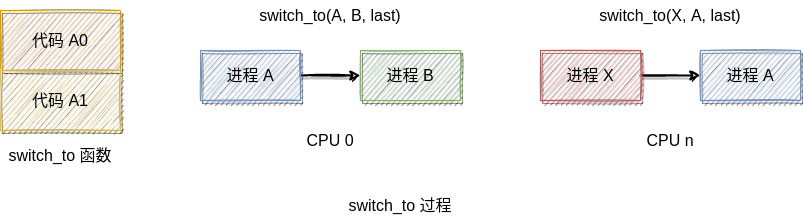
UtopianFuture/UtopianFuture.github.io keeps this draw.io diagram as image/switch_to.png. Above is the earlier version. Source tidied: cells renumbered, new cells last; positions are measured from the earlier drawing's top-left corner, leaving out a move shared by most shapes.
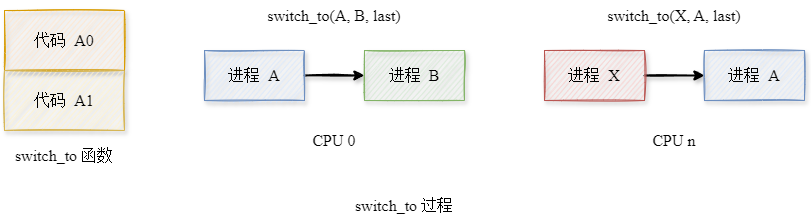
Later version of the same file.

Change to the diagram source:
```diff
@@ -2,46 +2,46 @@
   <root>
     <mxCell id="0" />
     <mxCell id="1" parent="0" />
-    <mxCell id="2" value="&lt;font style=&quot;font-size: 16px&quot;&gt;代码 A0&lt;/font&gt;" style="rounded=0;whiteSpace=wrap;html=1;fillColor=#ffe6cc;strokeColor=#d79b00;sketch=1;shadow=1;" parent="1" vertex="1">
+    <mxCell id="2" value="&lt;font style=&quot;font-size: 16px&quot;&gt;&lt;font face=&quot;宋体&quot;&gt;代码 &lt;/font&gt;A0&lt;/font&gt;" style="rounded=0;whiteSpace=wrap;html=1;fillColor=#ffe6cc;strokeColor=#d79b00;sketch=1;shadow=1;fontFamily=Times New Roman;" parent="1" vertex="1">
       <mxGeometry y="10" width="120" height="60" as="geometry" />
     </mxCell>
-    <mxCell id="3" value="&lt;font style=&quot;font-size: 16px&quot;&gt;代码 A1&lt;/font&gt;" style="rounded=0;whiteSpace=wrap;html=1;fillColor=#fff2cc;strokeColor=#d6b656;sketch=1;shadow=1;" parent="1" vertex="1">
+    <mxCell id="3" value="&lt;font style=&quot;font-size: 16px&quot;&gt;&lt;font face=&quot;宋体&quot;&gt;代码 &lt;/font&gt;A1&lt;/font&gt;" style="rounded=0;whiteSpace=wrap;html=1;fillColor=#fff2cc;strokeColor=#d6b656;sketch=1;shadow=1;fontFamily=Times New Roman;" parent="1" vertex="1">
       <mxGeometry y="70" width="120" height="60" as="geometry" />
     </mxCell>
-    <mxCell id="4" value="switch_to 函数" style="rounded=0;whiteSpace=wrap;html=1;shadow=0;sketch=0;fontSize=16;strokeColor=none;" parent="1" vertex="1">
+    <mxCell id="4" value="switch_to &lt;font face=&quot;宋体&quot;&gt;函数&lt;/font&gt;" style="rounded=0;whiteSpace=wrap;html=1;shadow=0;sketch=0;fontSize=16;strokeColor=none;fillColor=none;fontFamily=Times New Roman;" parent="1" vertex="1">
       <mxGeometry x="5" y="140" width="110" height="30" as="geometry" />
     </mxCell>
-    <mxCell id="5" style="edgeStyle=orthogonalEdgeStyle;rounded=0;jettySize=auto;html=1;fontSize=16;strokeWidth=2;sketch=1;shadow=1;" parent="1" edge="1" source="6" target="7">
+    <mxCell id="5" style="edgeStyle=orthogonalEdgeStyle;rounded=0;jettySize=auto;html=1;fontSize=16;strokeWidth=2;sketch=1;shadow=1;fontFamily=Times New Roman;" parent="1" edge="1" source="6" target="7">
       <mxGeometry relative="1" as="geometry" />
     </mxCell>
-    <mxCell id="6" value="进程 A" style="rounded=0;whiteSpace=wrap;html=1;shadow=1;sketch=1;fontSize=16;fillColor=#dae8fc;strokeColor=#6c8ebf;" parent="1" vertex="1">
+    <mxCell id="6" value="&lt;font face=&quot;宋体&quot;&gt;进程 &lt;/font&gt;A" style="rounded=0;whiteSpace=wrap;html=1;shadow=1;sketch=1;fontSize=16;fillColor=#dae8fc;strokeColor=#6c8ebf;fontFamily=Times New Roman;" parent="1" vertex="1">
       <mxGeometry x="200" y="50" width="100" height="50" as="geometry" />
     </mxCell>
-    <mxCell id="7" value="进程 B" style="rounded=0;whiteSpace=wrap;html=1;shadow=1;sketch=1;fontSize=16;fillColor=#d5e8d4;strokeColor=#82b366;" parent="1" vertex="1">
+    <mxCell id="7" value="&lt;font face=&quot;宋体&quot;&gt;进程 &lt;/font&gt;B" style="rounded=0;whiteSpace=wrap;html=1;shadow=1;sketch=1;fontSize=16;fillColor=#d5e8d4;strokeColor=#82b366;fontFamily=Times New Roman;" parent="1" vertex="1">
       <mxGeometry x="360" y="50" width="100" height="50" as="geometry" />
     </mxCell>
-    <mxCell id="8" value="CPU 0" style="rounded=0;whiteSpace=wrap;html=1;shadow=0;sketch=0;fontSize=16;strokeColor=none;" parent="1" vertex="1">
+    <mxCell id="8" value="CPU 0" style="rounded=0;whiteSpace=wrap;html=1;shadow=0;sketch=0;fontSize=16;strokeColor=none;fillColor=none;fontFamily=Times New Roman;" parent="1" vertex="1">
       <mxGeometry x="270" y="120" width="120" height="40" as="geometry" />
     </mxCell>
-    <mxCell id="9" value="switch_to(A, B, last)" style="rounded=0;whiteSpace=wrap;html=1;shadow=0;sketch=0;fontSize=16;strokeColor=none;" parent="1" vertex="1">
+    <mxCell id="9" value="switch_to(A, B, last)" style="rounded=0;whiteSpace=wrap;html=1;shadow=0;sketch=0;fontSize=16;strokeColor=none;fillColor=none;fontFamily=Times New Roman;" parent="1" vertex="1">
       <mxGeometry x="250" width="160" height="30" as="geometry" />
     </mxCell>
-    <mxCell id="10" style="edgeStyle=orthogonalEdgeStyle;rounded=0;jettySize=auto;html=1;fontSize=16;strokeWidth=2;sketch=1;shadow=1;" parent="1" edge="1" source="11" target="12">
+    <mxCell id="10" style="edgeStyle=orthogonalEdgeStyle;rounded=0;jettySize=auto;html=1;fontSize=16;strokeWidth=2;sketch=1;shadow=1;fontFamily=Times New Roman;" parent="1" edge="1" source="11" target="12">
       <mxGeometry relative="1" as="geometry" />
     </mxCell>
-    <mxCell id="11" value="进程 X" style="rounded=0;whiteSpace=wrap;html=1;shadow=1;sketch=1;fontSize=16;fillColor=#f8cecc;strokeColor=#b85450;" parent="1" vertex="1">
+    <mxCell id="11" value="&lt;font face=&quot;宋体&quot;&gt;进程 &lt;/font&gt;X" style="rounded=0;whiteSpace=wrap;html=1;shadow=1;sketch=1;fontSize=16;fillColor=#f8cecc;strokeColor=#b85450;fontFamily=Times New Roman;" parent="1" vertex="1">
       <mxGeometry x="540" y="50" width="100" height="50" as="geometry" />
     </mxCell>
-    <mxCell id="12" value="进程 A" style="rounded=0;whiteSpace=wrap;html=1;shadow=1;sketch=1;fontSize=16;fillColor=#dae8fc;strokeColor=#6c8ebf;" parent="1" vertex="1">
+    <mxCell id="12" value="&lt;font face=&quot;宋体&quot;&gt;进程 &lt;/font&gt;A" style="rounded=0;whiteSpace=wrap;html=1;shadow=1;sketch=1;fontSize=16;fillColor=#dae8fc;strokeColor=#6c8ebf;fontFamily=Times New Roman;" parent="1" vertex="1">
       <mxGeometry x="700" y="50" width="100" height="50" as="geometry" />
     </mxCell>
-    <mxCell id="13" value="CPU n" style="rounded=0;whiteSpace=wrap;html=1;shadow=0;sketch=0;fontSize=16;strokeColor=none;" parent="1" vertex="1">
+    <mxCell id="13" value="CPU n" style="rounded=0;whiteSpace=wrap;html=1;shadow=0;sketch=0;fontSize=16;strokeColor=none;fillColor=none;fontFamily=Times New Roman;" parent="1" vertex="1">
       <mxGeometry x="610" y="120" width="120" height="40" as="geometry" />
     </mxCell>
-    <mxCell id="14" value="switch_to(X, A, last)" style="rounded=0;whiteSpace=wrap;html=1;shadow=0;sketch=0;fontSize=16;strokeColor=none;" parent="1" vertex="1">
+    <mxCell id="14" value="switch_to(X, A, last)" style="rounded=0;whiteSpace=wrap;html=1;shadow=0;sketch=0;fontSize=16;strokeColor=none;fillColor=none;fontFamily=Times New Roman;" parent="1" vertex="1">
       <mxGeometry x="590" width="160" height="30" as="geometry" />
     </mxCell>
-    <mxCell id="15" value="switch_to 过程" style="rounded=0;whiteSpace=wrap;html=1;shadow=0;sketch=0;fontSize=16;strokeColor=none;" parent="1" vertex="1">
+    <mxCell id="15" value="switch_to &lt;font face=&quot;宋体&quot;&gt;过程&lt;/font&gt;" style="rounded=0;whiteSpace=wrap;html=1;shadow=0;sketch=0;fontSize=16;strokeColor=none;fillColor=none;fontFamily=Times New Roman;" parent="1" vertex="1">
       <mxGeometry x="280" y="190" width="240" height="30" as="geometry" />
     </mxCell>
   </root>
```
